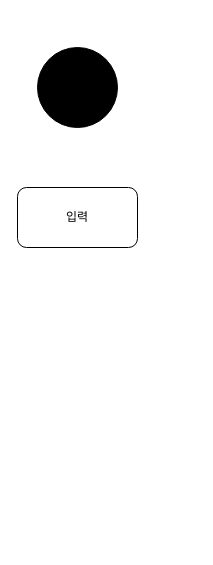
Earlier version of the draw.io diagram page "Page-2" (2 of 2) of Untitled Diagram.drawio (Janggeun-Lee/mygit). Source tidied: cells renumbered, new cells numbered last; positions are measured from the earlier drawing's top-left corner, leaving out a move shared by most shapes. Both pictures are drawn from the tidied source at 100%, with x=0, y=0 at pixel (17, 47).
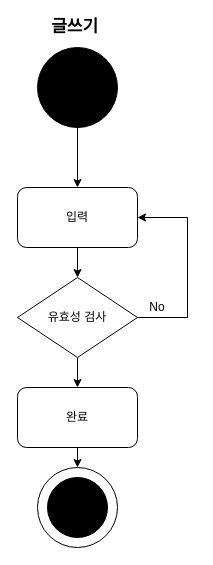
The same page after the edit.

The edit, as a diff of the source:
```diff
@@
 <mxGraphModel>
   <root>
     <mxCell id="0" />
     <mxCell id="1" parent="0" />
+    <mxCell id="4" style="edgeStyle=orthogonalEdgeStyle;rounded=0;jettySize=auto;html=1;exitX=0.5;exitY=1;exitDx=0;exitDy=0;entryX=0.5;entryY=0;entryDx=0;entryDy=0;" parent="1" edge="1" source="2" target="3">
+      <mxGeometry relative="1" as="geometry" />
+    </mxCell>
     <mxCell id="2" style="ellipse;whiteSpace=wrap;html=1;fillColor=#000000;" parent="1" vertex="1">
       <mxGeometry x="20" width="80" height="80" as="geometry" />
     </mxCell>
+    <mxCell id="5" style="edgeStyle=orthogonalEdgeStyle;rounded=0;jettySize=auto;html=1;exitX=0.5;exitY=1;exitDx=0;exitDy=0;entryX=0.5;entryY=0;entryDx=0;entryDy=0;" parent="1" edge="1" source="3" target="9">
+      <mxGeometry relative="1" as="geometry" />
+    </mxCell>
     <mxCell id="3" value="입력" style="rounded=1;whiteSpace=wrap;html=1;align=center;fillColor=#FFFFFF;" parent="1" vertex="1">
       <mxGeometry y="140" width="120" height="60" as="geometry" />
     </mxCell>
+    <mxCell id="6" value="&lt;b&gt;&lt;font style=&quot;font-size: 17px&quot;&gt;글쓰기&amp;nbsp;&lt;/font&gt;&lt;/b&gt;" style="text;html=1;strokeColor=none;fillColor=none;align=center;verticalAlign=middle;whiteSpace=wrap;rounded=0;" parent="1" vertex="1">
+      <mxGeometry x="30" y="-30" width="60" height="20" as="geometry" />
+    </mxCell>
+    <mxCell id="7" style="edgeStyle=orthogonalEdgeStyle;rounded=0;jettySize=auto;html=1;exitX=1;exitY=0.5;exitDx=0;exitDy=0;entryX=1;entryY=0.5;entryDx=0;entryDy=0;" parent="1" edge="1" source="9" target="3">
+      <mxGeometry relative="1" as="geometry">
+        <Array as="points">
+          <mxPoint x="170" y="270" />
+          <mxPoint x="170" y="170" />
+        </Array>
+      </mxGeometry>
+    </mxCell>
+    <mxCell id="8" style="edgeStyle=orthogonalEdgeStyle;rounded=0;jettySize=auto;html=1;exitX=0.5;exitY=1;exitDx=0;exitDy=0;entryX=0.5;entryY=0;entryDx=0;entryDy=0;" parent="1" edge="1" source="9" target="12">
+      <mxGeometry relative="1" as="geometry" />
+    </mxCell>
+    <mxCell id="9" value="유효성 검사" style="rhombus;whiteSpace=wrap;html=1;" parent="1" vertex="1">
+      <mxGeometry y="230" width="120" height="80" as="geometry" />
+    </mxCell>
+    <mxCell id="10" value="No" style="text;html=1;strokeColor=none;fillColor=none;align=center;verticalAlign=middle;whiteSpace=wrap;rounded=0;" parent="1" vertex="1">
+      <mxGeometry x="120" y="250" width="40" height="20" as="geometry" />
+    </mxCell>
+    <mxCell id="11" style="edgeStyle=orthogonalEdgeStyle;rounded=0;jettySize=auto;html=1;exitX=0.5;exitY=1;exitDx=0;exitDy=0;entryX=0.5;entryY=0;entryDx=0;entryDy=0;" parent="1" edge="1" source="12" target="13">
+      <mxGeometry relative="1" as="geometry" />
+    </mxCell>
+    <mxCell id="12" value="완료" style="rounded=1;whiteSpace=wrap;html=1;" parent="1" vertex="1">
+      <mxGeometry y="340" width="120" height="60" as="geometry" />
+    </mxCell>
+    <mxCell id="13" style="ellipse;whiteSpace=wrap;html=1;" parent="1" vertex="1">
+      <mxGeometry x="20" y="420" width="80" height="80" as="geometry" />
+    </mxCell>
+    <mxCell id="14" style="ellipse;whiteSpace=wrap;html=1;fillColor=#000000;" parent="1" vertex="1">
+      <mxGeometry x="30" y="430" width="60" height="60" as="geometry" />
+    </mxCell>
   </root>
 </mxGraphModel>
```
